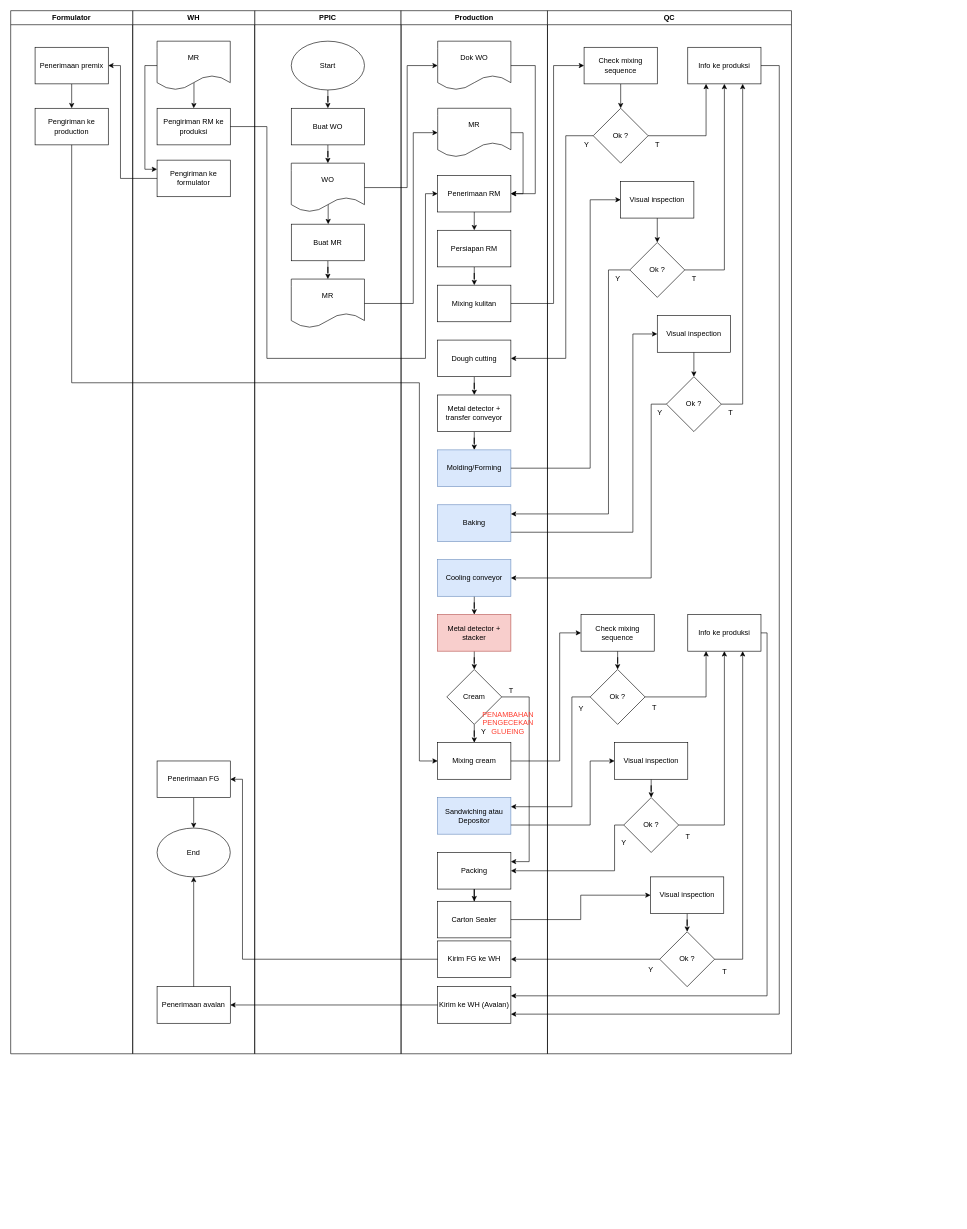
Above: page "Copy of SOP Biscuit - Production" (26 of 29) of SOP Agro.drawio in wilhelmus098/pf (draw.io), before the change. Source tidied: cells renumbered, new cells numbered last; positions are measured from the earlier drawing's top-left corner, leaving out a move shared by most shapes. Both pictures are drawn from the tidied source at 61%, with x=0, y=0 at pixel (10, 10).
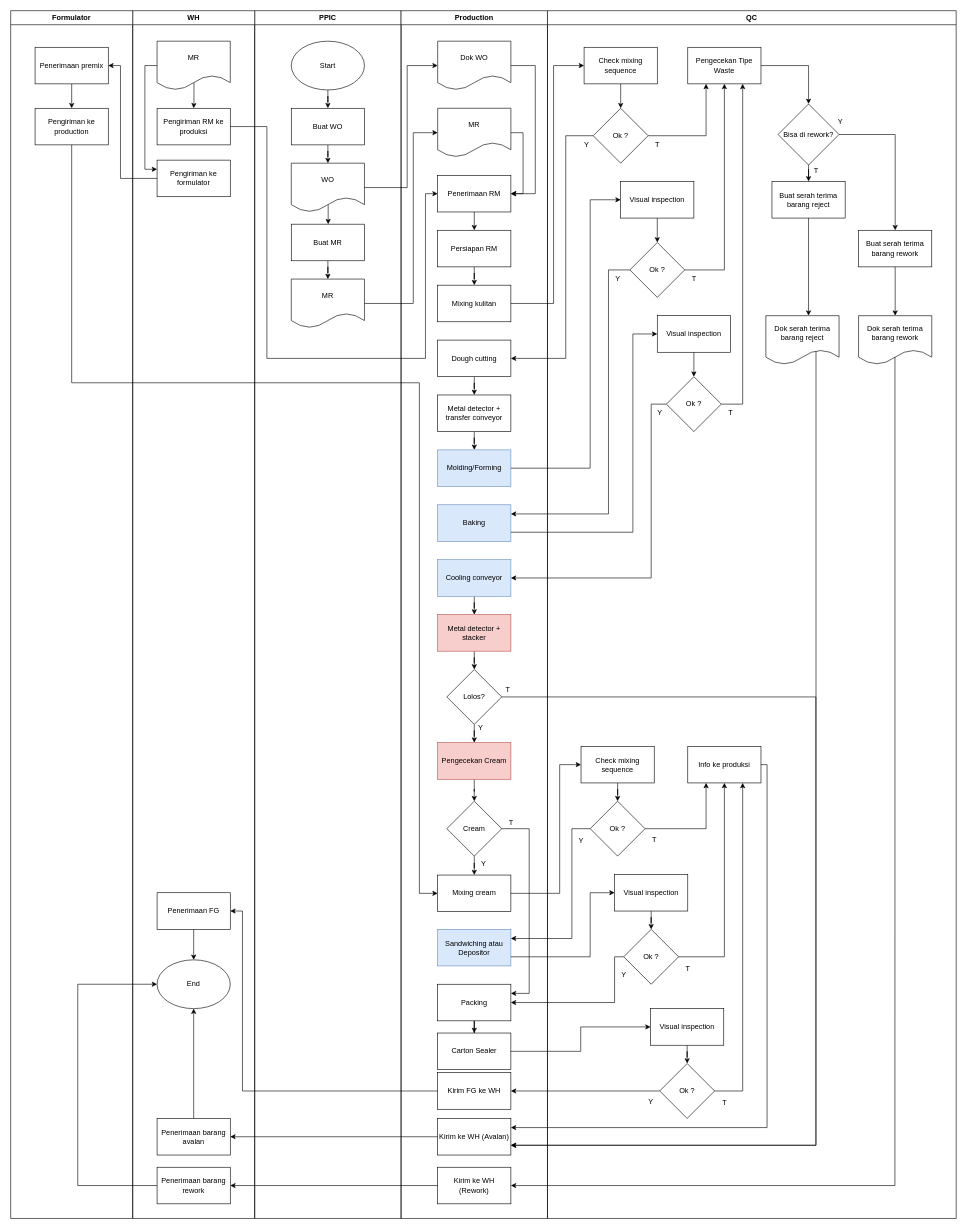
The same diagram, later.

The change refers to these unchanged cells:
```xml
<mxCell id="31" value="Metal detector + stacker" style="rounded=0;whiteSpace=wrap;html=1;fillColor=#f8cecc;strokeColor=#b85450;" parent="12" vertex="1">
  <mxGeometry x="60" y="990" width="120" height="60" as="geometry" />
</mxCell>
<mxCell id="106" value="Pengiriman ke production" style="rounded=0;whiteSpace=wrap;html=1;" parent="103" vertex="1">
  <mxGeometry x="40" y="160" width="120" height="60" as="geometry" />
</mxCell>
```

The edit, as a diff of the source:
```diff
@@
     <mxCell id="2" value="PPIC" style="swimlane;whiteSpace=wrap;html=1;" parent="1" vertex="1">
-      <mxGeometry x="400" width="240" height="1710" as="geometry" />
+      <mxGeometry x="400" width="240" height="1980" as="geometry" />
     </mxCell>
@@
     <mxCell id="12" value="Production" style="swimlane;whiteSpace=wrap;html=1;" parent="1" vertex="1">
-      <mxGeometry x="640" width="240" height="1710" as="geometry" />
+      <mxGeometry x="640" width="240" height="1980" as="geometry" />
     </mxCell>
@@
-    <mxCell id="30" style="edgeStyle=orthogonalEdgeStyle;rounded=0;jettySize=auto;html=1;entryX=0.5;entryY=0;entryDx=0;entryDy=0;" parent="12" edge="1" source="31" target="33">
-      <mxGeometry relative="1" as="geometry" />
-    </mxCell>
+    <mxCell id="120" style="edgeStyle=orthogonalEdgeStyle;rounded=0;jettySize=auto;html=1;" parent="12" edge="1" source="31" target="124">
+      <mxGeometry relative="1" as="geometry" />
+    </mxCell>
@@
     <mxCell id="33" value="Cream" style="rhombus;whiteSpace=wrap;html=1;" parent="12" vertex="1">
-      <mxGeometry x="75" y="1080" width="90" height="90" as="geometry" />
+      <mxGeometry x="75" y="1296" width="90" height="90" as="geometry" />
     </mxCell>
     <mxCell id="34" value="Mixing cream" style="rounded=0;whiteSpace=wrap;html=1;" parent="12" vertex="1">
-      <mxGeometry x="60" y="1200" width="120" height="60" as="geometry" />
+      <mxGeometry x="60" y="1417" width="120" height="60" as="geometry" />
     </mxCell>
     <mxCell id="35" value="Sandwiching atau Depositor" style="rounded=0;whiteSpace=wrap;html=1;fillColor=#dae8fc;strokeColor=#6c8ebf;" parent="12" vertex="1">
-      <mxGeometry x="60" y="1290" width="120" height="60" as="geometry" />
+      <mxGeometry x="60" y="1506" width="120" height="60" as="geometry" />
     </mxCell>
@@
     <mxCell id="37" value="Packing" style="rounded=0;whiteSpace=wrap;html=1;" parent="12" vertex="1">
-      <mxGeometry x="60" y="1380" width="120" height="60" as="geometry" />
+      <mxGeometry x="60" y="1596" width="120" height="60" as="geometry" />
     </mxCell>
     <mxCell id="38" style="endArrow=classic;html=1;rounded=0;exitX=1;exitY=0.5;exitDx=0;exitDy=0;entryX=1;entryY=0.25;entryDx=0;entryDy=0;" parent="12" edge="1" source="33" target="37">
       <mxGeometry relative="1" as="geometry">
         <Array as="points">
-          <mxPoint x="210" y="1125" />
-          <mxPoint x="210" y="1395" />
+          <mxPoint x="210" y="1341" />
+          <mxPoint x="210" y="1611" />
         </Array>
       </mxGeometry>
     </mxCell>
     <mxCell id="39" value="Y" style="text;html=1;align=center;verticalAlign=middle;strokeColor=none;fillColor=none;" parent="12" vertex="1">
-      <mxGeometry x="120" y="1168" width="30" height="30" as="geometry" />
+      <mxGeometry x="120" y="1384" width="30" height="30" as="geometry" />
     </mxCell>
     <mxCell id="40" value="T" style="text;html=1;align=center;verticalAlign=middle;strokeColor=none;fillColor=none;" parent="12" vertex="1">
-      <mxGeometry x="165" y="1100" width="30" height="30" as="geometry" />
+      <mxGeometry x="165" y="1316" width="30" height="30" as="geometry" />
     </mxCell>
     <mxCell id="41" value="Kirim FG ke WH" style="rounded=0;whiteSpace=wrap;html=1;" parent="12" vertex="1">
-      <mxGeometry x="60" y="1525" width="120" height="60" as="geometry" />
+      <mxGeometry x="60" y="1741" width="120" height="60" as="geometry" />
     </mxCell>
     <mxCell id="42" value="Kirim ke WH (Avalan)" style="rounded=0;whiteSpace=wrap;html=1;" parent="12" vertex="1">
-      <mxGeometry x="60" y="1600" width="120" height="60" as="geometry" />
+      <mxGeometry x="60" y="1816" width="120" height="60" as="geometry" />
     </mxCell>
     <mxCell id="43" value="Carton Sealer" style="rounded=0;whiteSpace=wrap;html=1;" parent="12" vertex="1">
-      <mxGeometry x="60" y="1460" width="120" height="60" as="geometry" />
+      <mxGeometry x="60" y="1676" width="120" height="60" as="geometry" />
     </mxCell>
-    <mxCell id="44" value="&lt;font color=&quot;#ff3e30&quot;&gt;PENAMBAHAN&lt;br&gt;PENGECEKAN&lt;br&gt;GLUEING&lt;/font&gt;" style="text;html=1;align=center;verticalAlign=middle;strokeColor=none;fillColor=none;" parent="12" vertex="1">
-      <mxGeometry x="120" y="1138" width="110" height="60" as="geometry" />
-    </mxCell>
+    <mxCell id="121" value="Kirim ke WH (Rework)" style="rounded=0;whiteSpace=wrap;html=1;" parent="12" vertex="1">
+      <mxGeometry x="60" y="1896" width="120" height="60" as="geometry" />
+    </mxCell>
+    <mxCell id="122" style="edgeStyle=orthogonalEdgeStyle;rounded=0;jettySize=auto;html=1;" parent="12" edge="1" source="124" target="126">
+      <mxGeometry relative="1" as="geometry" />
+    </mxCell>
+    <mxCell id="123" style="edgeStyle=orthogonalEdgeStyle;rounded=0;jettySize=auto;html=1;" parent="12" edge="1" source="124">
+      <mxGeometry relative="1" as="geometry">
+        <mxPoint x="180" y="1860" as="targetPoint" />
+        <Array as="points">
+          <mxPoint x="680" y="1125" />
+          <mxPoint x="680" y="1860" />
+        </Array>
+      </mxGeometry>
+    </mxCell>
+    <mxCell id="124" value="Lolos?" style="rhombus;whiteSpace=wrap;html=1;" parent="12" vertex="1">
+      <mxGeometry x="75" y="1080" width="90" height="90" as="geometry" />
+    </mxCell>
+    <mxCell id="125" style="edgeStyle=orthogonalEdgeStyle;rounded=0;jettySize=auto;html=1;" parent="12" edge="1" source="126" target="33">
+      <mxGeometry relative="1" as="geometry" />
+    </mxCell>
+    <mxCell id="126" value="Pengecekan Cream" style="rounded=0;whiteSpace=wrap;html=1;fillColor=#f8cecc;strokeColor=#b85450;" parent="12" vertex="1">
+      <mxGeometry x="60" y="1200" width="120" height="60" as="geometry" />
+    </mxCell>
+    <mxCell id="127" value="Y" style="text;html=1;align=center;verticalAlign=middle;strokeColor=none;fillColor=none;" parent="12" vertex="1">
+      <mxGeometry x="115" y="1160" width="30" height="30" as="geometry" />
+    </mxCell>
+    <mxCell id="128" value="T" style="text;html=1;align=center;verticalAlign=middle;strokeColor=none;fillColor=none;" parent="12" vertex="1">
+      <mxGeometry x="160" y="1098" width="30" height="30" as="geometry" />
+    </mxCell>
     <mxCell id="45" value="QC" style="swimlane;whiteSpace=wrap;html=1;" parent="1" vertex="1">
-      <mxGeometry x="880" width="400" height="1710" as="geometry" />
+      <mxGeometry x="880" width="670" height="1980" as="geometry" />
     </mxCell>
@@
+    <mxCell id="129" style="edgeStyle=orthogonalEdgeStyle;rounded=0;jettySize=auto;html=1;entryX=0.5;entryY=0;entryDx=0;entryDy=0;" parent="45" edge="1" source="49" target="132">
+      <mxGeometry relative="1" as="geometry" />
+    </mxCell>
-    <mxCell id="49" value="Info ke produksi" style="rounded=0;whiteSpace=wrap;html=1;" parent="45" vertex="1">
+    <mxCell id="49" value="Pengecekan Tipe Waste" style="rounded=0;whiteSpace=wrap;html=1;" parent="45" vertex="1">
       <mxGeometry x="230" y="60" width="120" height="60" as="geometry" />
     </mxCell>
@@
     <mxCell id="66" value="Check mixing sequence" style="rounded=0;whiteSpace=wrap;html=1;" parent="45" vertex="1">
-      <mxGeometry x="55" y="990" width="120" height="60" as="geometry" />
+      <mxGeometry x="55" y="1206" width="120" height="60" as="geometry" />
     </mxCell>
     <mxCell id="67" value="Ok ?" style="rhombus;whiteSpace=wrap;html=1;" parent="45" vertex="1">
-      <mxGeometry x="70" y="1080" width="90" height="90" as="geometry" />
+      <mxGeometry x="70" y="1296" width="90" height="90" as="geometry" />
     </mxCell>
     <mxCell id="68" value="Y" style="text;html=1;align=center;verticalAlign=middle;strokeColor=none;fillColor=none;" parent="45" vertex="1">
-      <mxGeometry x="40" y="1130" width="30" height="30" as="geometry" />
+      <mxGeometry x="40" y="1346" width="30" height="30" as="geometry" />
     </mxCell>
@@
     <mxCell id="70" value="Visual inspection" style="rounded=0;whiteSpace=wrap;html=1;" parent="45" vertex="1">
-      <mxGeometry x="110" y="1200" width="120" height="60" as="geometry" />
+      <mxGeometry x="110" y="1416" width="120" height="60" as="geometry" />
     </mxCell>
     <mxCell id="71" value="Ok ?" style="rhombus;whiteSpace=wrap;html=1;" parent="45" vertex="1">
-      <mxGeometry x="125" y="1290" width="90" height="90" as="geometry" />
+      <mxGeometry x="125" y="1506" width="90" height="90" as="geometry" />
     </mxCell>
     <mxCell id="72" value="Y" style="text;html=1;align=center;verticalAlign=middle;strokeColor=none;fillColor=none;" parent="45" vertex="1">
-      <mxGeometry x="110" y="1350" width="30" height="30" as="geometry" />
+      <mxGeometry x="110" y="1566" width="30" height="30" as="geometry" />
     </mxCell>
@@
     <mxCell id="74" value="Visual inspection" style="rounded=0;whiteSpace=wrap;html=1;" parent="45" vertex="1">
-      <mxGeometry x="169" y="1420" width="120" height="60" as="geometry" />
+      <mxGeometry x="169" y="1636" width="120" height="60" as="geometry" />
     </mxCell>
     <mxCell id="75" value="Ok ?" style="rhombus;whiteSpace=wrap;html=1;" parent="45" vertex="1">
-      <mxGeometry x="184" y="1510" width="90" height="90" as="geometry" />
+      <mxGeometry x="184" y="1726" width="90" height="90" as="geometry" />
     </mxCell>
     <mxCell id="76" value="Info ke produksi" style="rounded=0;whiteSpace=wrap;html=1;" parent="45" vertex="1">
-      <mxGeometry x="230" y="990" width="120" height="60" as="geometry" />
+      <mxGeometry x="230" y="1206" width="120" height="60" as="geometry" />
     </mxCell>
     <mxCell id="77" style="endArrow=classic;html=1;rounded=0;exitX=1;exitY=0.5;exitDx=0;exitDy=0;entryX=0.25;entryY=1;entryDx=0;entryDy=0;" parent="45" edge="1" source="67" target="76">
       <mxGeometry relative="1" as="geometry">
         <Array as="points">
-          <mxPoint x="260" y="1125" />
+          <mxPoint x="260" y="1341" />
         </Array>
       </mxGeometry>
     </mxCell>
     <mxCell id="78" style="endArrow=classic;html=1;rounded=0;exitX=1;exitY=0.5;exitDx=0;exitDy=0;entryX=0.5;entryY=1;entryDx=0;entryDy=0;" parent="45" edge="1" source="71" target="76">
       <mxGeometry relative="1" as="geometry">
         <Array as="points">
-          <mxPoint x="290" y="1335" />
+          <mxPoint x="290" y="1551" />
         </Array>
       </mxGeometry>
     </mxCell>
     <mxCell id="79" style="endArrow=classic;html=1;rounded=0;exitX=1;exitY=0.5;exitDx=0;exitDy=0;entryX=0.75;entryY=1;entryDx=0;entryDy=0;" parent="45" edge="1" source="75" target="76">
       <mxGeometry relative="1" as="geometry">
         <Array as="points">
-          <mxPoint x="320" y="1555" />
+          <mxPoint x="320" y="1771" />
         </Array>
       </mxGeometry>
     </mxCell>
     <mxCell id="80" value="T" style="text;html=1;align=center;verticalAlign=middle;strokeColor=none;fillColor=none;" parent="45" vertex="1">
-      <mxGeometry x="160" y="1128" width="30" height="30" as="geometry" />
+      <mxGeometry x="160" y="1344" width="30" height="30" as="geometry" />
     </mxCell>
     <mxCell id="81" value="T" style="text;html=1;align=center;verticalAlign=middle;strokeColor=none;fillColor=none;" parent="45" vertex="1">
-      <mxGeometry x="215" y="1340" width="30" height="30" as="geometry" />
+      <mxGeometry x="215" y="1556" width="30" height="30" as="geometry" />
     </mxCell>
     <mxCell id="82" value="T" style="text;html=1;align=center;verticalAlign=middle;strokeColor=none;fillColor=none;" parent="45" vertex="1">
-      <mxGeometry x="275" y="1560" width="30" height="30" as="geometry" />
+      <mxGeometry x="275" y="1776" width="30" height="30" as="geometry" />
     </mxCell>
     <mxCell id="83" value="Y" style="text;html=1;align=center;verticalAlign=middle;strokeColor=none;fillColor=none;" parent="45" vertex="1">
-      <mxGeometry x="154" y="1558" width="30" height="30" as="geometry" />
+      <mxGeometry x="154" y="1774" width="30" height="30" as="geometry" />
     </mxCell>
+    <mxCell id="130" style="edgeStyle=orthogonalEdgeStyle;rounded=0;jettySize=auto;html=1;" parent="45" edge="1" source="132" target="133">
+      <mxGeometry relative="1" as="geometry" />
+    </mxCell>
+    <mxCell id="131" style="edgeStyle=orthogonalEdgeStyle;rounded=0;jettySize=auto;html=1;entryX=0.5;entryY=0;entryDx=0;entryDy=0;" parent="45" edge="1" source="132" target="135">
+      <mxGeometry relative="1" as="geometry" />
+    </mxCell>
+    <mxCell id="132" value="Bisa di rework?" style="rhombus;whiteSpace=wrap;html=1;" parent="45" vertex="1">
+      <mxGeometry x="378" y="153" width="100" height="100" as="geometry" />
+    </mxCell>
+    <mxCell id="133" value="Buat serah terima barang reject" style="rounded=0;whiteSpace=wrap;html=1;" parent="45" vertex="1">
+      <mxGeometry x="368" y="280" width="120" height="60" as="geometry" />
+    </mxCell>
+    <mxCell id="134" style="edgeStyle=orthogonalEdgeStyle;rounded=0;jettySize=auto;html=1;" parent="45" edge="1" source="135" target="138">
+      <mxGeometry relative="1" as="geometry" />
+    </mxCell>
+    <mxCell id="135" value="Buat serah terima barang rework" style="rounded=0;whiteSpace=wrap;html=1;" parent="45" vertex="1">
+      <mxGeometry x="510" y="360" width="120" height="60" as="geometry" />
+    </mxCell>
+    <mxCell id="136" value="Dok serah terima barang reject" style="shape=document;whiteSpace=wrap;html=1;boundedLbl=1;" parent="45" vertex="1">
+      <mxGeometry x="358" y="500" width="120" height="80" as="geometry" />
+    </mxCell>
+    <mxCell id="137" style="edgeStyle=orthogonalEdgeStyle;rounded=0;jettySize=auto;html=1;entryX=0.583;entryY=0;entryDx=0;entryDy=0;entryPerimeter=0;" parent="45" edge="1" source="133" target="136">
+      <mxGeometry relative="1" as="geometry" />
+    </mxCell>
+    <mxCell id="138" value="Dok serah terima barang rework" style="shape=document;whiteSpace=wrap;html=1;boundedLbl=1;" parent="45" vertex="1">
+      <mxGeometry x="510" y="500" width="120" height="80" as="geometry" />
+    </mxCell>
@@
     <mxCell id="92" value="WH" style="swimlane;whiteSpace=wrap;html=1;" parent="1" vertex="1">
-      <mxGeometry x="200" width="200" height="1710" as="geometry" />
+      <mxGeometry x="200" width="200" height="1980" as="geometry" />
     </mxCell>
@@
     <mxCell id="99" value="Penerimaan FG" style="rounded=0;whiteSpace=wrap;html=1;" parent="92" vertex="1">
-      <mxGeometry x="40" y="1230" width="120" height="60" as="geometry" />
+      <mxGeometry x="40" y="1446" width="120" height="60" as="geometry" />
     </mxCell>
     <mxCell id="100" value="End" style="ellipse;whiteSpace=wrap;html=1;" parent="92" vertex="1">
-      <mxGeometry x="40" y="1340" width="120" height="80" as="geometry" />
+      <mxGeometry x="40" y="1556" width="120" height="80" as="geometry" />
     </mxCell>
-    <mxCell id="101" value="Penerimaan avalan" style="rounded=0;whiteSpace=wrap;html=1;" parent="92" vertex="1">
-      <mxGeometry x="40" y="1600" width="120" height="60" as="geometry" />
+    <mxCell id="101" value="Penerimaan barang avalan" style="rounded=0;whiteSpace=wrap;html=1;" parent="92" vertex="1">
+      <mxGeometry x="40" y="1816" width="120" height="60" as="geometry" />
     </mxCell>
@@
+    <mxCell id="139" style="edgeStyle=orthogonalEdgeStyle;rounded=0;jettySize=auto;html=1;entryX=0;entryY=0.5;entryDx=0;entryDy=0;" parent="92" edge="1" source="140" target="100">
+      <mxGeometry relative="1" as="geometry">
+        <Array as="points">
+          <mxPoint x="-90" y="1926" />
+          <mxPoint x="-90" y="1596" />
+        </Array>
+      </mxGeometry>
+    </mxCell>
+    <mxCell id="140" value="Penerimaan barang rework" style="rounded=0;whiteSpace=wrap;html=1;" parent="92" vertex="1">
+      <mxGeometry x="40" y="1896" width="120" height="60" as="geometry" />
+    </mxCell>
     <mxCell id="103" value="Formulator" style="swimlane;whiteSpace=wrap;html=1;" parent="1" vertex="1">
-      <mxGeometry width="200" height="1710" as="geometry" />
+      <mxGeometry width="200" height="1980" as="geometry" />
     </mxCell>
@@
     <mxCell id="109" style="endArrow=classic;html=1;rounded=0;exitX=0;exitY=0.5;exitDx=0;exitDy=0;entryX=1;entryY=0.5;entryDx=0;entryDy=0;" parent="1" edge="1" source="41" target="99">
       <mxGeometry relative="1" as="geometry">
         <Array as="points">
-          <mxPoint x="380" y="1555" />
-          <mxPoint x="380" y="1260" />
+          <mxPoint x="380" y="1771" />
+          <mxPoint x="380" y="1476" />
         </Array>
       </mxGeometry>
     </mxCell>
     <mxCell id="110" style="endArrow=classic;html=1;rounded=0;exitX=0.5;exitY=1;exitDx=0;exitDy=0;entryX=0;entryY=0.5;entryDx=0;entryDy=0;" parent="1" edge="1" source="106" target="34">
       <mxGeometry relative="1" as="geometry">
         <Array as="points">
           <mxPoint x="100" y="610" />
           <mxPoint x="670" y="610" />
-          <mxPoint x="670" y="1230" />
+          <mxPoint x="670" y="1447" />
         </Array>
       </mxGeometry>
     </mxCell>
-    <mxCell id="111" style="endArrow=classic;html=1;rounded=0;exitX=1;exitY=0.5;exitDx=0;exitDy=0;entryX=1;entryY=0.75;entryDx=0;entryDy=0;" parent="1" edge="1" source="49" target="42">
-      <mxGeometry relative="1" as="geometry">
-        <Array as="points">
-          <mxPoint x="1260" y="90" />
-          <mxPoint x="1260" y="1645" />
-        </Array>
-      </mxGeometry>
-    </mxCell>
@@
     <mxCell id="113" style="endArrow=classic;html=1;rounded=0;exitX=1;exitY=0.5;exitDx=0;exitDy=0;entryX=0;entryY=0.5;entryDx=0;entryDy=0;" parent="1" edge="1" source="34" target="66">
       <mxGeometry relative="1" as="geometry">
         <Array as="points">
-          <mxPoint x="900" y="1230" />
-          <mxPoint x="900" y="1020" />
+          <mxPoint x="900" y="1447" />
+          <mxPoint x="900" y="1236" />
         </Array>
       </mxGeometry>
     </mxCell>
     <mxCell id="114" style="endArrow=classic;html=1;rounded=0;exitX=0;exitY=0.5;exitDx=0;exitDy=0;entryX=1;entryY=0.25;entryDx=0;entryDy=0;" parent="1" edge="1" source="67" target="35">
       <mxGeometry relative="1" as="geometry">
         <Array as="points">
-          <mxPoint x="920" y="1125" />
-          <mxPoint x="920" y="1305" />
+          <mxPoint x="920" y="1341" />
+          <mxPoint x="920" y="1521" />
         </Array>
       </mxGeometry>
     </mxCell>
     <mxCell id="115" style="endArrow=classic;html=1;rounded=0;exitX=1;exitY=0.75;exitDx=0;exitDy=0;entryX=0;entryY=0.5;entryDx=0;entryDy=0;" parent="1" edge="1" source="35" target="70">
       <mxGeometry relative="1" as="geometry">
         <Array as="points">
-          <mxPoint x="950" y="1335" />
-          <mxPoint x="950" y="1230" />
+          <mxPoint x="950" y="1551" />
+          <mxPoint x="950" y="1446" />
         </Array>
       </mxGeometry>
     </mxCell>
     <mxCell id="116" style="endArrow=classic;html=1;rounded=0;entryX=1;entryY=0.5;entryDx=0;entryDy=0;exitX=0;exitY=0.5;exitDx=0;exitDy=0;" parent="1" edge="1" source="71" target="37">
       <mxGeometry relative="1" as="geometry">
         <Array as="points">
-          <mxPoint x="990" y="1335" />
-          <mxPoint x="990" y="1410" />
+          <mxPoint x="990" y="1551" />
+          <mxPoint x="990" y="1626" />
         </Array>
       </mxGeometry>
     </mxCell>
     <mxCell id="117" style="endArrow=classic;html=1;rounded=0;exitX=1;exitY=0.5;exitDx=0;exitDy=0;entryX=1;entryY=0.25;entryDx=0;entryDy=0;" parent="1" edge="1" source="76" target="42">
       <mxGeometry relative="1" as="geometry">
         <Array as="points">
-          <mxPoint x="1240" y="1020" />
-          <mxPoint x="1240" y="1615" />
+          <mxPoint x="1240" y="1236" />
+          <mxPoint x="1240" y="1831" />
         </Array>
       </mxGeometry>
     </mxCell>
@@
+    <mxCell id="141" value="T" style="text;html=1;align=center;verticalAlign=middle;strokeColor=none;fillColor=none;" parent="1" vertex="1">
+      <mxGeometry x="1305" y="248" width="30" height="30" as="geometry" />
+    </mxCell>
+    <mxCell id="142" value="Y" style="text;html=1;align=center;verticalAlign=middle;strokeColor=none;fillColor=none;" parent="1" vertex="1">
+      <mxGeometry x="1345" y="168" width="30" height="30" as="geometry" />
+    </mxCell>
+    <mxCell id="143" style="edgeStyle=orthogonalEdgeStyle;rounded=0;jettySize=auto;html=1;entryX=1;entryY=0.5;entryDx=0;entryDy=0;exitX=0.497;exitY=0.844;exitDx=0;exitDy=0;exitPerimeter=0;" parent="1" edge="1" source="138" target="121">
+      <mxGeometry relative="1" as="geometry">
+        <Array as="points">
+          <mxPoint x="1450" y="1926" />
+        </Array>
+      </mxGeometry>
+    </mxCell>
+    <mxCell id="144" style="edgeStyle=orthogonalEdgeStyle;rounded=0;jettySize=auto;html=1;" parent="1" edge="1" source="121" target="140">
+      <mxGeometry relative="1" as="geometry" />
+    </mxCell>
+    <mxCell id="145" style="edgeStyle=orthogonalEdgeStyle;rounded=0;jettySize=auto;html=1;exitX=0.685;exitY=0.727;exitDx=0;exitDy=0;exitPerimeter=0;" parent="1" edge="1" source="136">
+      <mxGeometry relative="1" as="geometry">
+        <mxPoint x="820" y="1860" as="targetPoint" />
+        <Array as="points">
+          <mxPoint x="1320" y="1860" />
+        </Array>
+      </mxGeometry>
+    </mxCell>
```
